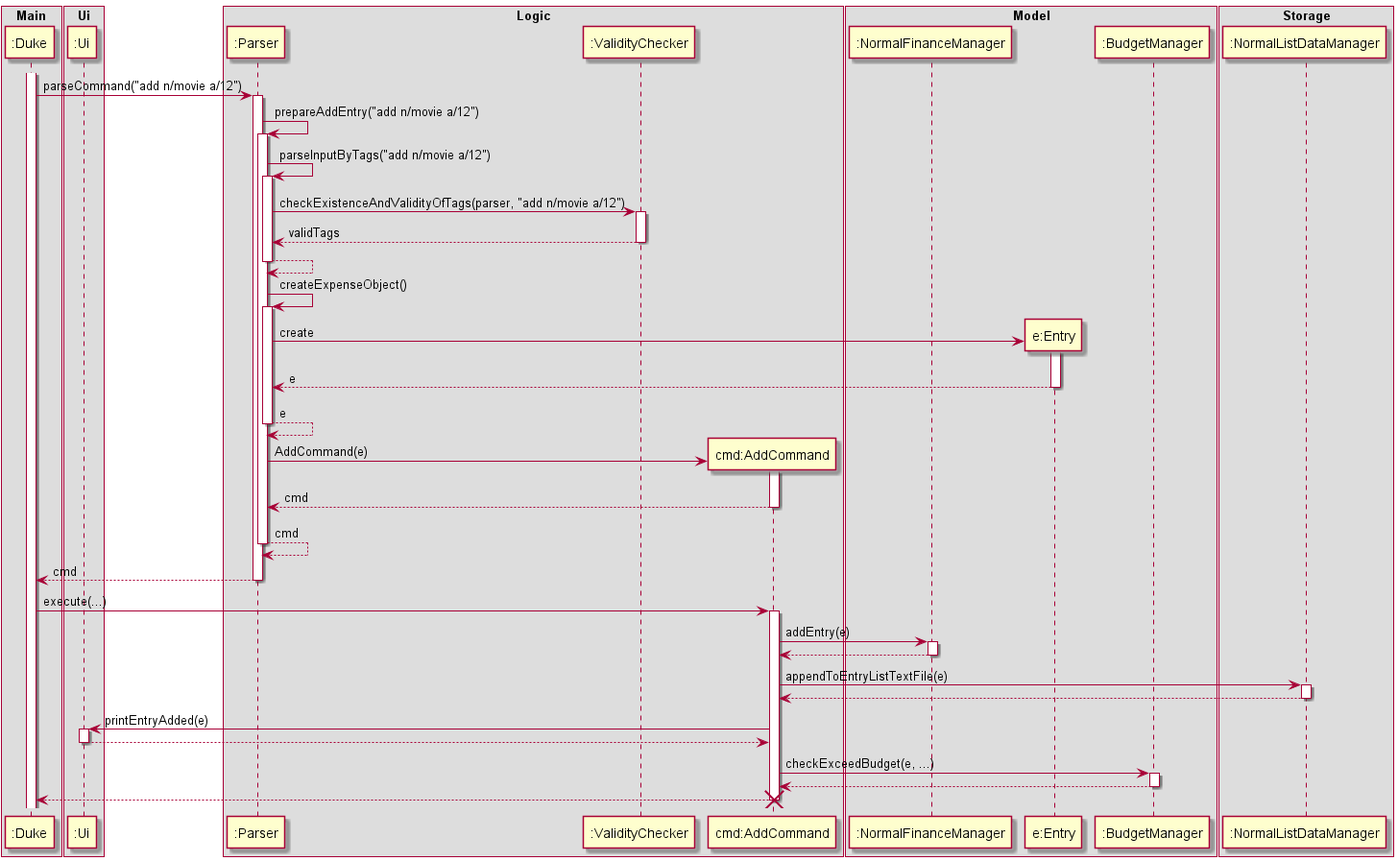
The PlantUML diagram docs/images/LogicSequenceDiagram.png in yanjia1777/tp, before a commit.
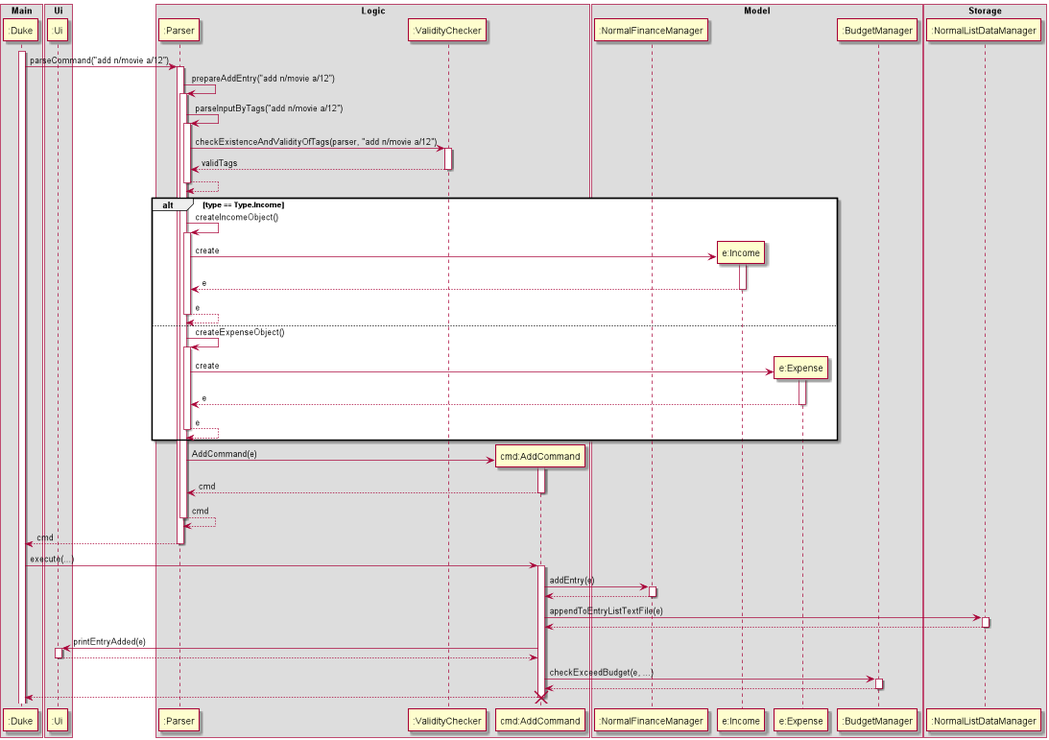
The same file after the commit.

Commit message:
Update logic sequence diagram

Diff of the diagram source:
```diff
@@ -13,7 +13,8 @@
 
 box Model
 Participant ":NormalFinanceManager" as NormalFinanceManager
-Participant "e:Entry" as Entry
+Participant "e:Income" as Entry2
+Participant "e:Expense" as Entry
 Participant ":BudgetManager" as Budget
 end box
 
@@ -36,17 +37,29 @@
 
 Parser --> Parser
 deactivate Parser
-Parser -> Parser : createExpenseObject()
+alt type == Type.Income
+    Parser -> Parser : createIncomeObject()
+    activate Parser
+    create Entry2
+    Parser -> Entry2 : create
+    activate Entry2
+    Entry2 --> Parser : e
+    deactivate Entry2
+    Parser --> Parser : e
+    deactivate Parser
+else
+    Parser -> Parser : createExpenseObject()
+    activate Parser
+        create Entry
+        Parser -> Entry : create
+        activate Entry
+        Entry --> Parser : e
+        deactivate Entry
+        Parser --> Parser : e
+        deactivate Parser
+end
+activate Parser
 
-activate Parser
-create Entry
-
-Parser -> Entry : create
-activate Entry
-Entry --> Parser : e
-deactivate Entry
-Parser --> Parser : e
-deactivate Parser
 
 create DeleteCommand
 Parser -> DeleteCommand : AddCommand(e)
```
